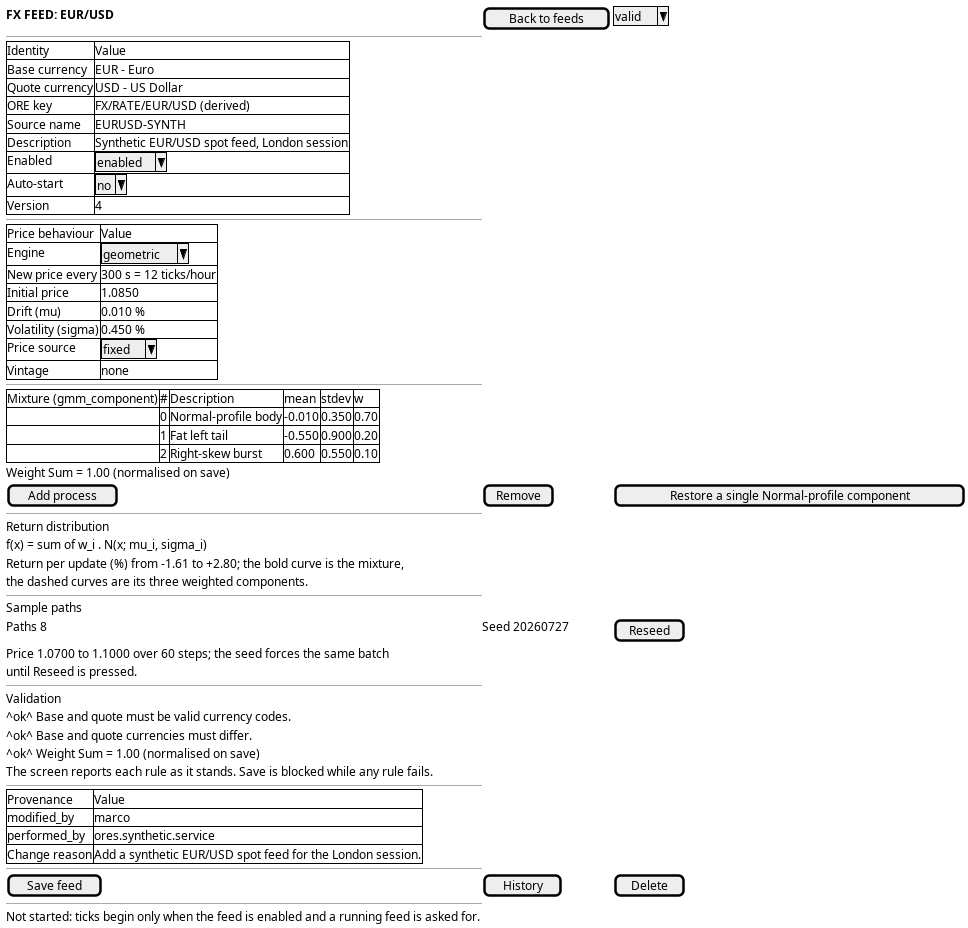
Earlier version of the PlantUML export doc/knowledge/journeys/market_data/wireframe_author-an-fx-price-feed.png (OreStudio/OreStudio). Its source is kept beside it as doc/knowledge/journeys/market_data/wireframe_author-an-fx-price-feed.puml. Source of this version:
```plantuml
@startuml

salt
{
  <b>FX FEED: EUR/USD</b> | [ Back to feeds ] | ^valid^
  --
  {#
    Identity | Value
    Base currency | EUR - Euro
    Quote currency | USD - US Dollar
    ORE key | FX/RATE/EUR/USD (derived)
    Source name | EURUSD-SYNTH
    Description | Synthetic EUR/USD spot feed, London session
    Enabled | ^enabled^
    Auto-start | ^no^
    Version | 4
  }
  --
  {#
    Price behaviour | Value
    Engine | ^geometric^
    New price every | 300 s = 12 ticks/hour
    Initial price | 1.0850
    Drift (mu) | 0.010 %
    Volatility (sigma) | 0.450 %
    Price source | ^fixed^
    Vintage | none
  }
  --
  {#
    Mixture (gmm_component) | # | Description | mean | stdev | w
    . | 0 | Normal-profile body | -0.010 | 0.350 | 0.70
    . | 1 | Fat left tail | -0.550 | 0.900 | 0.20
    . | 2 | Right-skew burst | 0.600 | 0.550 | 0.10
  }
  Weight Sum = 1.00 (normalised on save)
  [ Add process ] | [ Remove ] | [ Restore a single Normal-profile component ]
  --
  Return distribution
  f(x) = sum of w_i . N(x; mu_i, sigma_i)
  Return per update (%) from -1.61 to +2.80; the bold curve is the mixture,
  the dashed curves are its three weighted components.
  --
  Sample paths
  Paths 8 | Seed 20260727 | [ Reseed ]
  Price 1.0700 to 1.1000 over 60 steps; the seed forces the same batch
  until Reseed is pressed.
  --
  Validation
  ^ok^ Base and quote must be valid currency codes.
  ^ok^ Base and quote currencies must differ.
  ^ok^ Weight Sum = 1.00 (normalised on save)
  The screen reports each rule as it stands. Save is blocked while any rule fails.
  --
  {#
    Provenance | Value
    modified_by | marco
    performed_by | ores.synthetic.service
    Change reason | Add a synthetic EUR/USD spot feed for the London session.
  }
  --
  [ Save feed ] | [ History ] | [ Delete ]
  --
  Not started: ticks begin only when the feed is enabled and a running feed is asked for.
}

@enduml
```
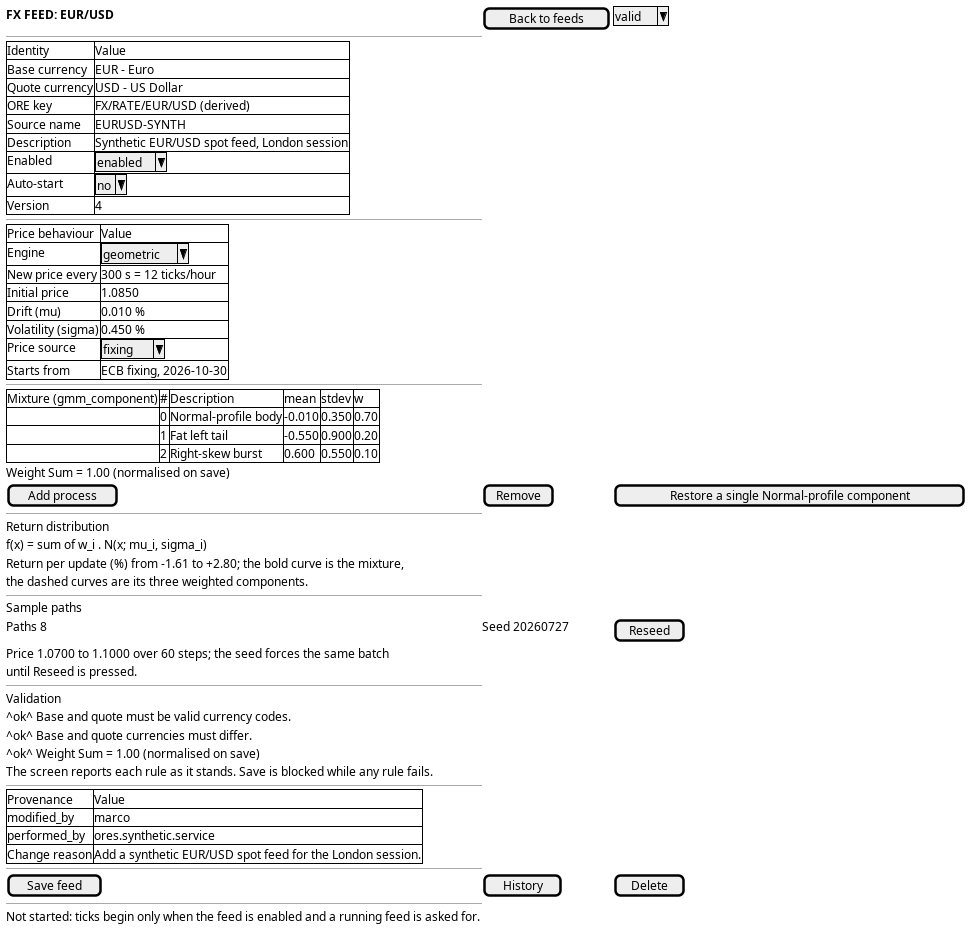
The same diagram one commit later.

The edit, as a diff of the source:
```diff
@@ -23,8 +23,8 @@
     Initial price | 1.0850
     Drift (mu) | 0.010 %
     Volatility (sigma) | 0.450 %
-    Price source | ^fixed^
-    Vintage | none
+    Price source | ^fixing^
+    Starts from | ECB fixing, 2026-10-30
   }
   --
   {#
```
